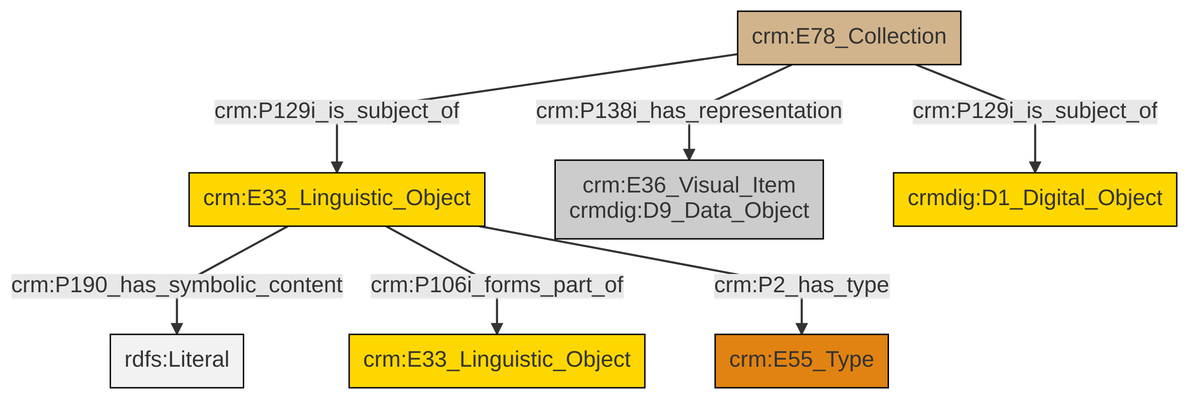
Before: et/archivalCSV/ttl/mmd/png/archival_docs.png, a diagram exported from Mermaid (swiss-art-research-net/docs.swissartresearch). Its source is kept beside it as et/archivalCSV/ttl/mmd/archival_docs.ttl.mmd.
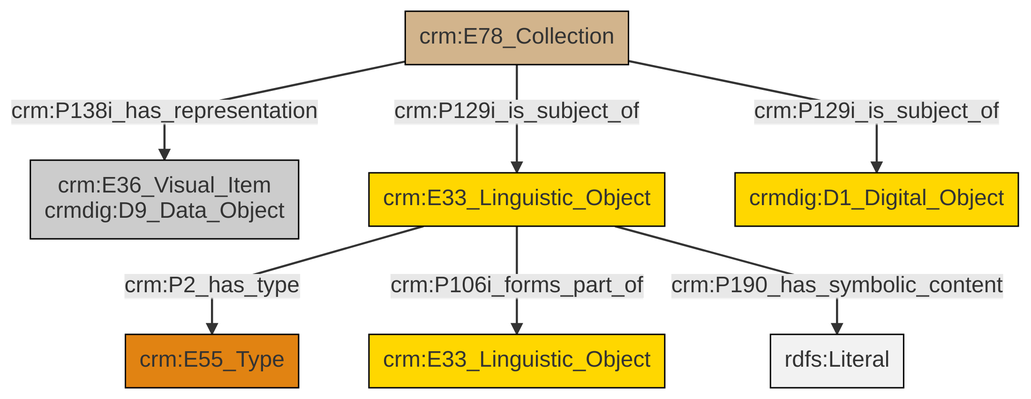
The same diagram one commit later.

Change to the diagram source:
```diff
@@ -13,9 +13,9 @@
 classDef PC_Classes fill:#4ce600, stroke:#000000;
 classDef Multi fill:#cccccc,stroke:#000000;
 
-7["crm:E78_Collection"]:::Physical_Thing -->|crm:P138i_has_representation| 2["crm:E36_Visual_Item<br>crmdig:D9_Data_Object"]:::Multi
-0["crm:E33_Linguistic_Object"]:::Conceptual_Object -->|crm:P190_has_symbolic_content| 9[rdfs:Literal]:::Literal
-7["crm:E78_Collection"]:::Physical_Thing -->|crm:P129i_is_subject_of| 10["crmdig:D1_Digital_Object"]:::Conceptual_Object
-7["crm:E78_Collection"]:::Physical_Thing -->|crm:P129i_is_subject_of| 0["crm:E33_Linguistic_Object"]:::Conceptual_Object
-0["crm:E33_Linguistic_Object"]:::Conceptual_Object -->|crm:P106i_forms_part_of| 5["crm:E33_Linguistic_Object"]:::Conceptual_Object
-0["crm:E33_Linguistic_Object"]:::Conceptual_Object -->|crm:P2_has_type| 11["crm:E55_Type"]:::Type
+2["crm:E78_Collection"]:::Physical_Thing -->|crm:P138i_has_representation| 0["crm:E36_Visual_Item<br>crmdig:D9_Data_Object"]:::Multi
+6["crm:E33_Linguistic_Object"]:::Conceptual_Object -->|crm:P2_has_type| 7["crm:E55_Type"]:::Type
+2["crm:E78_Collection"]:::Physical_Thing -->|crm:P129i_is_subject_of| 6["crm:E33_Linguistic_Object"]:::Conceptual_Object
+6["crm:E33_Linguistic_Object"]:::Conceptual_Object -->|crm:P106i_forms_part_of| 4["crm:E33_Linguistic_Object"]:::Conceptual_Object
+2["crm:E78_Collection"]:::Physical_Thing -->|crm:P129i_is_subject_of| 12["crmdig:D1_Digital_Object"]:::Conceptual_Object
+6["crm:E33_Linguistic_Object"]:::Conceptual_Object -->|crm:P190_has_symbolic_content| 13[rdfs:Literal]:::Literal
```
